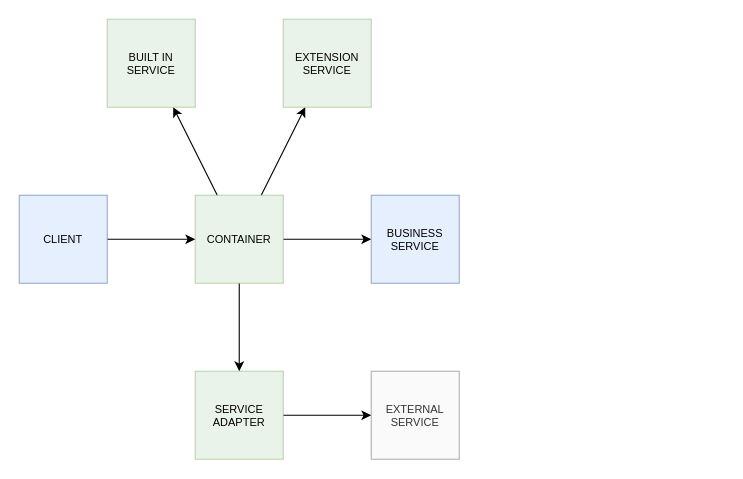
This is page "Container Concept" (1 of 13) of docs/diagram/container.drawio from js-lib-com/tiny-container, a draw.io file, before an edit. Source tidied: cells renumbered, new cells numbered last; positions are measured from the earlier drawing's top-left corner, leaving out a move shared by most shapes. Both pictures are drawn from the tidied source at 110%, with x=0, y=0 at pixel (19, 19).
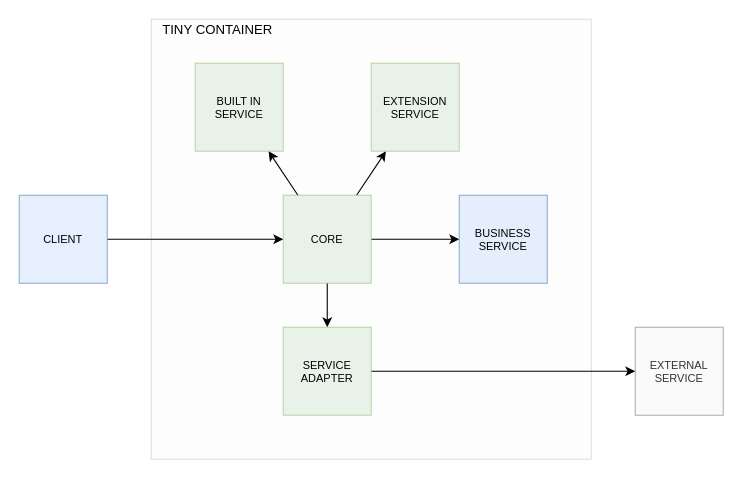
Above is the later version.

Change to the diagram source:
```diff
@@
 <mxGraphModel>
   <root>
     <mxCell id="0" />
     <mxCell id="1" parent="0" />
+    <mxCell id="15" style="rounded=0;whiteSpace=wrap;html=1;fontSize=12;opacity=20;fillColor=#f5f5f5;strokeColor=#666666;fontColor=#333333;" parent="1" vertex="1">
+      <mxGeometry x="120" width="400" height="400" as="geometry" />
+    </mxCell>
     <mxCell id="2" style="edgeStyle=orthogonalEdgeStyle;rounded=0;jettySize=auto;html=1;" parent="1" edge="1" source="6" target="10">
       <mxGeometry relative="1" as="geometry" />
     </mxCell>
     <mxCell id="3" style="edgeStyle=orthogonalEdgeStyle;rounded=0;jettySize=auto;html=1;" parent="1" edge="1" source="6" target="7">
       <mxGeometry relative="1" as="geometry" />
     </mxCell>
     <mxCell id="4" style="rounded=0;jettySize=auto;html=1;" parent="1" edge="1" source="6" target="13">
       <mxGeometry relative="1" as="geometry" />
     </mxCell>
     <mxCell id="5" style="rounded=0;jettySize=auto;html=1;" parent="1" edge="1" source="6" target="14">
       <mxGeometry relative="1" as="geometry" />
     </mxCell>
-    <mxCell id="6" value="CONTAINER" style="whiteSpace=wrap;html=1;fontSize=10;fillColor=#d5e8d4;strokeColor=#82b366;opacity=50;" parent="1" vertex="1">
-      <mxGeometry x="160" y="160" width="80" height="80" as="geometry" />
+    <mxCell id="6" value="CORE" style="whiteSpace=wrap;html=1;fontSize=10;fillColor=#d5e8d4;strokeColor=#82b366;opacity=50;" parent="1" vertex="1">
+      <mxGeometry x="240" y="160" width="80" height="80" as="geometry" />
     </mxCell>
     <mxCell id="7" value="BUSINESS&lt;br&gt;SERVICE" style="whiteSpace=wrap;html=1;fontSize=10;fillColor=#dae8fc;strokeColor=#6c8ebf;opacity=70;" parent="1" vertex="1">
-      <mxGeometry x="320" y="160" width="80" height="80" as="geometry" />
+      <mxGeometry x="400" y="160" width="80" height="80" as="geometry" />
     </mxCell>
     <mxCell id="8" value="EXTERNAL&lt;br&gt;SERVICE" style="whiteSpace=wrap;html=1;fontSize=10;fillColor=#f5f5f5;strokeColor=#666666;fontColor=#333333;opacity=50;" parent="1" vertex="1">
-      <mxGeometry x="320" y="320" width="80" height="80" as="geometry" />
+      <mxGeometry x="560" y="280" width="80" height="80" as="geometry" />
     </mxCell>
     <mxCell id="9" style="edgeStyle=orthogonalEdgeStyle;rounded=0;jettySize=auto;html=1;" parent="1" edge="1" source="10" target="8">
       <mxGeometry relative="1" as="geometry" />
     </mxCell>
     <mxCell id="10" value="SERVICE&lt;br&gt;ADAPTER" style="whiteSpace=wrap;html=1;fontSize=10;fillColor=#d5e8d4;strokeColor=#82b366;opacity=50;" parent="1" vertex="1">
-      <mxGeometry x="160" y="320" width="80" height="80" as="geometry" />
+      <mxGeometry x="240" y="280" width="80" height="80" as="geometry" />
     </mxCell>
     <mxCell id="11" style="edgeStyle=orthogonalEdgeStyle;rounded=0;jettySize=auto;html=1;" parent="1" edge="1" source="12" target="6">
       <mxGeometry relative="1" as="geometry" />
     </mxCell>
     <mxCell id="12" value="CLIENT" style="whiteSpace=wrap;html=1;fontSize=10;fillColor=#dae8fc;strokeColor=#6c8ebf;opacity=70;" parent="1" vertex="1">
       <mxGeometry y="160" width="80" height="80" as="geometry" />
     </mxCell>
     <mxCell id="13" value="BUILT IN&lt;br&gt;SERVICE" style="whiteSpace=wrap;html=1;fontSize=10;fillColor=#d5e8d4;strokeColor=#82b366;opacity=50;" parent="1" vertex="1">
-      <mxGeometry x="80" width="80" height="80" as="geometry" />
+      <mxGeometry x="160" y="40" width="80" height="80" as="geometry" />
     </mxCell>
     <mxCell id="14" value="EXTENSION&lt;br&gt;SERVICE" style="whiteSpace=wrap;html=1;fontSize=10;fillColor=#d5e8d4;strokeColor=#82b366;opacity=50;" parent="1" vertex="1">
-      <mxGeometry x="240" width="80" height="80" as="geometry" />
+      <mxGeometry x="320" y="40" width="80" height="80" as="geometry" />
     </mxCell>
+    <mxCell id="16" value="TINY CONTAINER" style="text;html=1;align=center;verticalAlign=middle;strokeColor=none;fillColor=none;fontSize=12;" parent="1" vertex="1">
+      <mxGeometry x="120" width="120" height="20" as="geometry" />
+    </mxCell>
   </root>
 </mxGraphModel>
```
